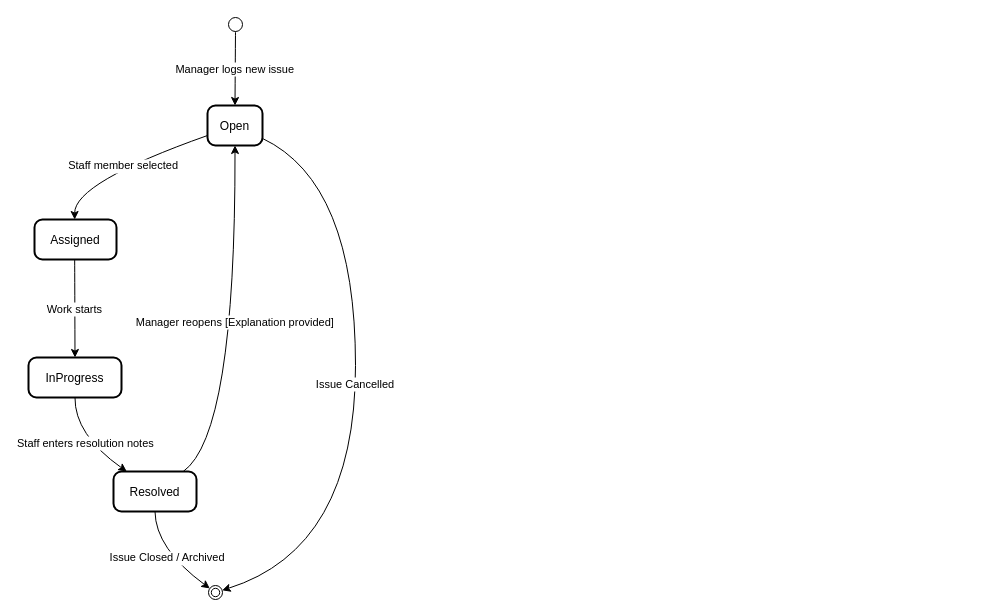
This is documentation/SWE/stateDiagram/stateDiagram.drawio from Medo-SM/ApartmentManagementSystem, a draw.io file, before an edit. Source tidied: cells renumbered, new cells numbered last; positions are measured from the earlier drawing's top-left corner, leaving out a move shared by most shapes. Both pictures are drawn from the tidied source at 100%, with x=0, y=0 at pixel (28, 17).
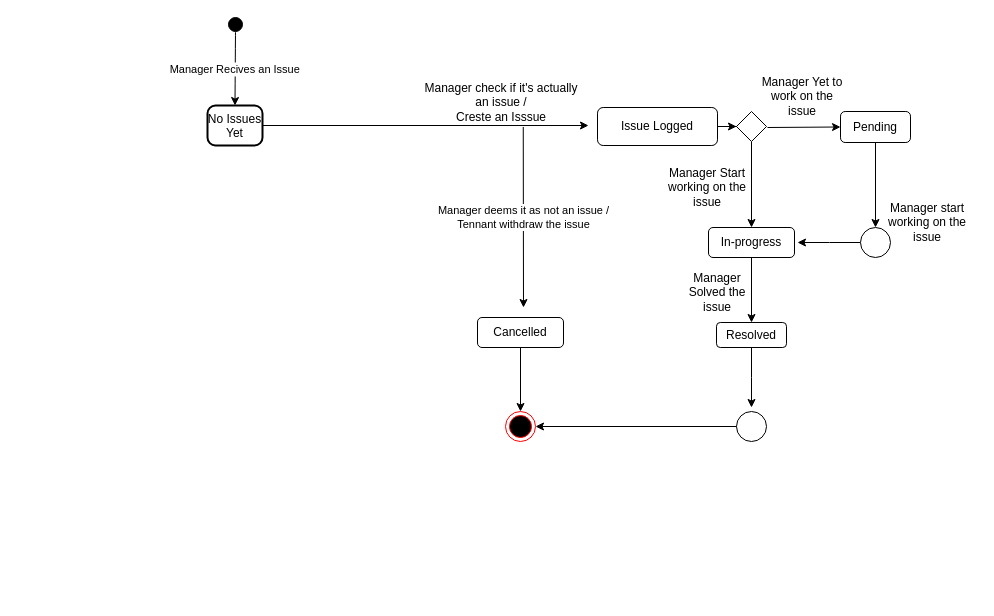
The same diagram, later.

Commit message (it also covers changes not shown here):
docs: fix stylling issues in the diagrams

The edit, as a diff of the source:
```diff
@@
-    <mxCell id="2" style="ellipse;" parent="1" vertex="1">
+    <mxCell id="2" style="ellipse;fillColor=#000000;" parent="1" vertex="1">
       <mxGeometry x="200" width="14" height="14" as="geometry" />
     </mxCell>
-    <mxCell id="3" value="Open" style="rounded=1;arcSize=20;strokeWidth=2;" parent="1" vertex="1">
+    <mxCell id="3" value="No Issues&#10;Yet" style="rounded=1;arcSize=20;strokeWidth=2;" parent="1" vertex="1">
       <mxGeometry x="179" y="88" width="55" height="40" as="geometry" />
     </mxCell>
-    <mxCell id="4" value="Assigned" style="rounded=1;arcSize=20;strokeWidth=2;" parent="1" vertex="1">
-      <mxGeometry x="6" y="202" width="82" height="40" as="geometry" />
-    </mxCell>
-    <mxCell id="5" value="InProgress" style="rounded=1;arcSize=20;strokeWidth=2;" parent="1" vertex="1">
-      <mxGeometry y="340" width="93" height="40" as="geometry" />
-    </mxCell>
+    <mxCell id="8" value="Manager Recives an Issue" style="curved=1;startArrow=none;exitX=0.48;exitY=1;entryX=0.5;entryY=0;rounded=0;" parent="1" edge="1" source="2" target="3">
+      <mxGeometry relative="1" as="geometry" />
+    </mxCell>
+    <mxCell id="15" style="endArrow=classic;html=1;rounded=0;exitX=1;exitY=0.5;exitDx=0;exitDy=0;" parent="1" edge="1" source="3">
+      <mxGeometry relative="1" as="geometry">
+        <mxPoint x="560" y="108" as="targetPoint" />
+      </mxGeometry>
+    </mxCell>
+    <mxCell id="16" value="Manager check if it's actually an issue /&lt;div&gt;Creste an Isssue&lt;/div&gt;" style="text;html=1;whiteSpace=wrap;strokeColor=none;fillColor=none;align=center;verticalAlign=middle;rounded=0;" parent="1" vertex="1">
+      <mxGeometry x="393" y="70" width="160" height="30" as="geometry" />
+    </mxCell>
+    <mxCell id="17" style="edgeStyle=orthogonalEdgeStyle;rounded=0;jettySize=auto;html=1;" parent="1" edge="1" source="18" target="25">
+      <mxGeometry relative="1" as="geometry" />
+    </mxCell>
+    <mxCell id="18" value="Issue Logged" style="rounded=1;whiteSpace=wrap;html=1;" parent="1" vertex="1">
+      <mxGeometry x="569" y="90" width="120" height="38" as="geometry" />
+    </mxCell>
+    <mxCell id="19" style="endArrow=classic;html=1;rounded=0;exitX=0.636;exitY=1.315;exitDx=0;exitDy=0;exitPerimeter=0;" parent="1" edge="1" source="16">
+      <mxGeometry relative="1" as="geometry">
+        <mxPoint x="495" y="290" as="targetPoint" />
+      </mxGeometry>
+    </mxCell>
+    <mxCell id="20" value="Manager deems it as not an issue /&lt;div&gt;Tennant withdraw the issue&lt;/div&gt;" style="edgeLabel;html=1;align=center;verticalAlign=middle;" parent="19" vertex="1">
+      <mxGeometry relative="1" as="geometry" />
+    </mxCell>
+    <mxCell id="21" value="Cancelled" style="rounded=1;whiteSpace=wrap;html=1;" parent="1" vertex="1">
+      <mxGeometry x="449" y="300" width="86" height="30" as="geometry" />
+    </mxCell>
+    <mxCell id="22" style="endArrow=classic;html=1;rounded=0;exitX=0.5;exitY=1;exitDx=0;exitDy=0;entryX=0.5;entryY=0;entryDx=0;entryDy=0;" parent="1" edge="1" source="21" target="23">
+      <mxGeometry relative="1" as="geometry" />
+    </mxCell>
+    <mxCell id="23" style="ellipse;html=1;shape=endState;fillColor=#000000;strokeColor=#ff0000;" parent="1" vertex="1">
+      <mxGeometry x="477" y="394" width="30" height="30" as="geometry" />
+    </mxCell>
+    <mxCell id="24" style="edgeStyle=orthogonalEdgeStyle;rounded=0;jettySize=auto;html=1;entryX=0.5;entryY=0;entryDx=0;entryDy=0;" parent="1" edge="1" source="25" target="30">
+      <mxGeometry relative="1" as="geometry" />
+    </mxCell>
+    <mxCell id="25" style="rhombus;whiteSpace=wrap;html=1;" parent="1" vertex="1">
+      <mxGeometry x="708" y="94" width="30" height="30" as="geometry" />
+    </mxCell>
+    <mxCell id="26" style="endArrow=classic;html=1;rounded=0;entryX=0;entryY=0.5;entryDx=0;entryDy=0;" parent="1" edge="1" target="28">
+      <mxGeometry relative="1" as="geometry">
+        <mxPoint x="739" y="110" as="sourcePoint" />
+      </mxGeometry>
+    </mxCell>
+    <mxCell id="27" style="edgeStyle=orthogonalEdgeStyle;rounded=0;jettySize=auto;html=1;entryX=0.5;entryY=0;entryDx=0;entryDy=0;" parent="1" edge="1" source="28" target="37">
+      <mxGeometry relative="1" as="geometry" />
+    </mxCell>
+    <mxCell id="28" value="Pending" style="rounded=1;whiteSpace=wrap;html=1;" parent="1" vertex="1">
+      <mxGeometry x="812" y="94" width="70" height="31" as="geometry" />
+    </mxCell>
+    <mxCell id="29" style="edgeStyle=orthogonalEdgeStyle;rounded=0;jettySize=auto;html=1;entryX=0.5;entryY=0;entryDx=0;entryDy=0;" parent="1" edge="1" source="30" target="6">
+      <mxGeometry relative="1" as="geometry" />
+    </mxCell>
+    <mxCell id="30" value="In-progress" style="rounded=1;whiteSpace=wrap;html=1;" parent="1" vertex="1">
+      <mxGeometry x="680" y="210" width="86" height="30" as="geometry" />
+    </mxCell>
+    <mxCell id="31" value="Manager Yet to work on the issue" style="text;html=1;whiteSpace=wrap;strokeColor=none;fillColor=none;align=center;verticalAlign=middle;rounded=0;" parent="1" vertex="1">
+      <mxGeometry x="729" y="64" width="90" height="30" as="geometry" />
+    </mxCell>
+    <mxCell id="32" value="Manager Start working on the issue" style="text;html=1;whiteSpace=wrap;strokeColor=none;fillColor=none;align=center;verticalAlign=middle;rounded=0;" parent="1" vertex="1">
+      <mxGeometry x="629" y="155" width="100" height="30" as="geometry" />
+    </mxCell>
+    <mxCell id="33" style="edgeStyle=orthogonalEdgeStyle;rounded=0;jettySize=auto;html=1;" parent="1" edge="1" source="6">
+      <mxGeometry relative="1" as="geometry">
+        <mxPoint x="723" y="390" as="targetPoint" />
+      </mxGeometry>
+    </mxCell>
-    <mxCell id="6" value="Resolved" style="rounded=1;arcSize=20;strokeWidth=2;" parent="1" vertex="1">
-      <mxGeometry x="85" y="454" width="83" height="40" as="geometry" />
+    <mxCell id="6" value="Resolved" style="rounded=1;whiteSpace=wrap;html=1;" parent="1" vertex="1">
+      <mxGeometry x="688" y="305" width="70" height="25" as="geometry" />
     </mxCell>
-    <mxCell id="7" style="ellipse;shape=endState;" parent="1" vertex="1">
-      <mxGeometry x="180" y="568" width="14" height="14" as="geometry" />
-    </mxCell>
-    <mxCell id="8" value="Manager logs new issue" style="curved=1;startArrow=none;exitX=0.48;exitY=1;entryX=0.5;entryY=0;rounded=0;" parent="1" edge="1" source="2" target="3">
-      <mxGeometry relative="1" as="geometry" />
-    </mxCell>
-    <mxCell id="9" value="Staff member selected" style="curved=1;startArrow=none;exitX=0;exitY=0.75;entryX=0.49;entryY=0;rounded=0;" parent="1" edge="1" source="3" target="4">
-      <mxGeometry relative="1" as="geometry">
-        <Array as="points">
-          <mxPoint x="46" y="165" />
-        </Array>
-      </mxGeometry>
-    </mxCell>
-    <mxCell id="10" value="Work starts" style="curved=1;startArrow=none;exitX=0.49;exitY=1;entryX=0.5;entryY=0;rounded=0;" parent="1" edge="1" source="4" target="5">
-      <mxGeometry relative="1" as="geometry" />
-    </mxCell>
-    <mxCell id="11" value="Staff enters resolution notes" style="curved=1;startArrow=none;exitX=0.5;exitY=1;entryX=0.16;entryY=0;rounded=0;" parent="1" edge="1" source="5" target="6">
-      <mxGeometry relative="1" as="geometry">
-        <Array as="points">
-          <mxPoint x="46" y="417" />
-        </Array>
-      </mxGeometry>
-    </mxCell>
-    <mxCell id="12" value="Manager reopens [Explanation provided]" style="curved=1;startArrow=none;exitX=0.84;exitY=0;entryX=0.5;entryY=1;rounded=0;" parent="1" edge="1" source="6" target="3">
-      <mxGeometry relative="1" as="geometry">
-        <Array as="points">
-          <mxPoint x="207" y="417" />
-        </Array>
-      </mxGeometry>
-    </mxCell>
-    <mxCell id="13" value="Issue Closed / Archived" style="curved=1;startArrow=none;exitX=0.5;exitY=1;entryX=-0.03;entryY=0.13;rounded=0;" parent="1" edge="1" source="6" target="7">
-      <mxGeometry relative="1" as="geometry">
-        <Array as="points">
-          <mxPoint x="127" y="531" />
-        </Array>
-      </mxGeometry>
-    </mxCell>
-    <mxCell id="14" value="Issue Cancelled" style="curved=1;startArrow=none;exitX=1.01;exitY=0.83;entryX=0.97;entryY=0.34;rounded=0;" parent="1" edge="1" source="3" target="7">
-      <mxGeometry relative="1" as="geometry">
-        <Array as="points">
-          <mxPoint x="327" y="165" />
-          <mxPoint x="327" y="531" />
-        </Array>
-      </mxGeometry>
-    </mxCell>
+    <mxCell id="34" value="Manager Solved the issue" style="text;html=1;whiteSpace=wrap;strokeColor=none;fillColor=none;align=center;verticalAlign=middle;rounded=0;" parent="1" vertex="1">
+      <mxGeometry x="659" y="260" width="60" height="30" as="geometry" />
+    </mxCell>
+    <mxCell id="35" value="Manager start working on the issue" style="text;html=1;whiteSpace=wrap;strokeColor=none;fillColor=none;align=center;verticalAlign=middle;rounded=0;" parent="1" vertex="1">
+      <mxGeometry x="849" y="190" width="100" height="30" as="geometry" />
+    </mxCell>
+    <mxCell id="36" style="edgeStyle=orthogonalEdgeStyle;rounded=0;jettySize=auto;html=1;" parent="1" edge="1" source="37">
+      <mxGeometry relative="1" as="geometry">
+        <mxPoint x="769" y="225" as="targetPoint" />
+      </mxGeometry>
+    </mxCell>
+    <mxCell id="37" style="ellipse;whiteSpace=wrap;html=1;" parent="1" vertex="1">
+      <mxGeometry x="832" y="210" width="30" height="30" as="geometry" />
+    </mxCell>
+    <mxCell id="38" style="ellipse;whiteSpace=wrap;html=1;" parent="1" vertex="1">
+      <mxGeometry x="708" y="394" width="30" height="30" as="geometry" />
+    </mxCell>
+    <mxCell id="39" style="endArrow=classic;html=1;rounded=0;exitX=0;exitY=0.5;exitDx=0;exitDy=0;entryX=1;entryY=0.5;entryDx=0;entryDy=0;" parent="1" edge="1" source="38" target="23">
+      <mxGeometry relative="1" as="geometry" />
+    </mxCell>
```
